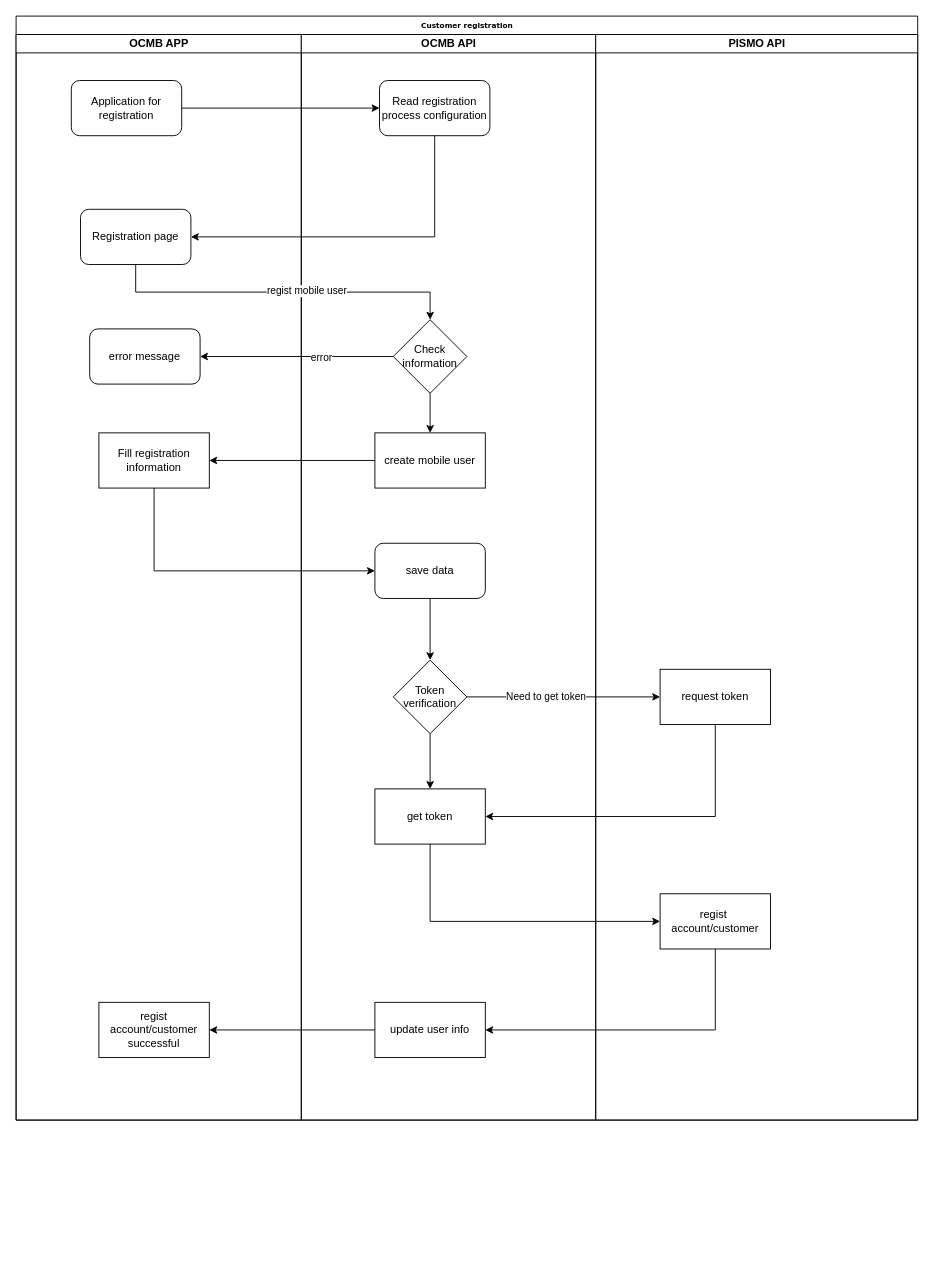
jiangwu85/cloud-config-samples keeps this draw.io diagram as user/pismo-regist.drawio. Above is the earlier version. Source tidied: cells renumbered, new cells numbered last; positions are measured from the earlier drawing's top-left corner, leaving out a move shared by most shapes. Both pictures are drawn from the tidied source at 92%, with x=0, y=0 at pixel (16, 16).
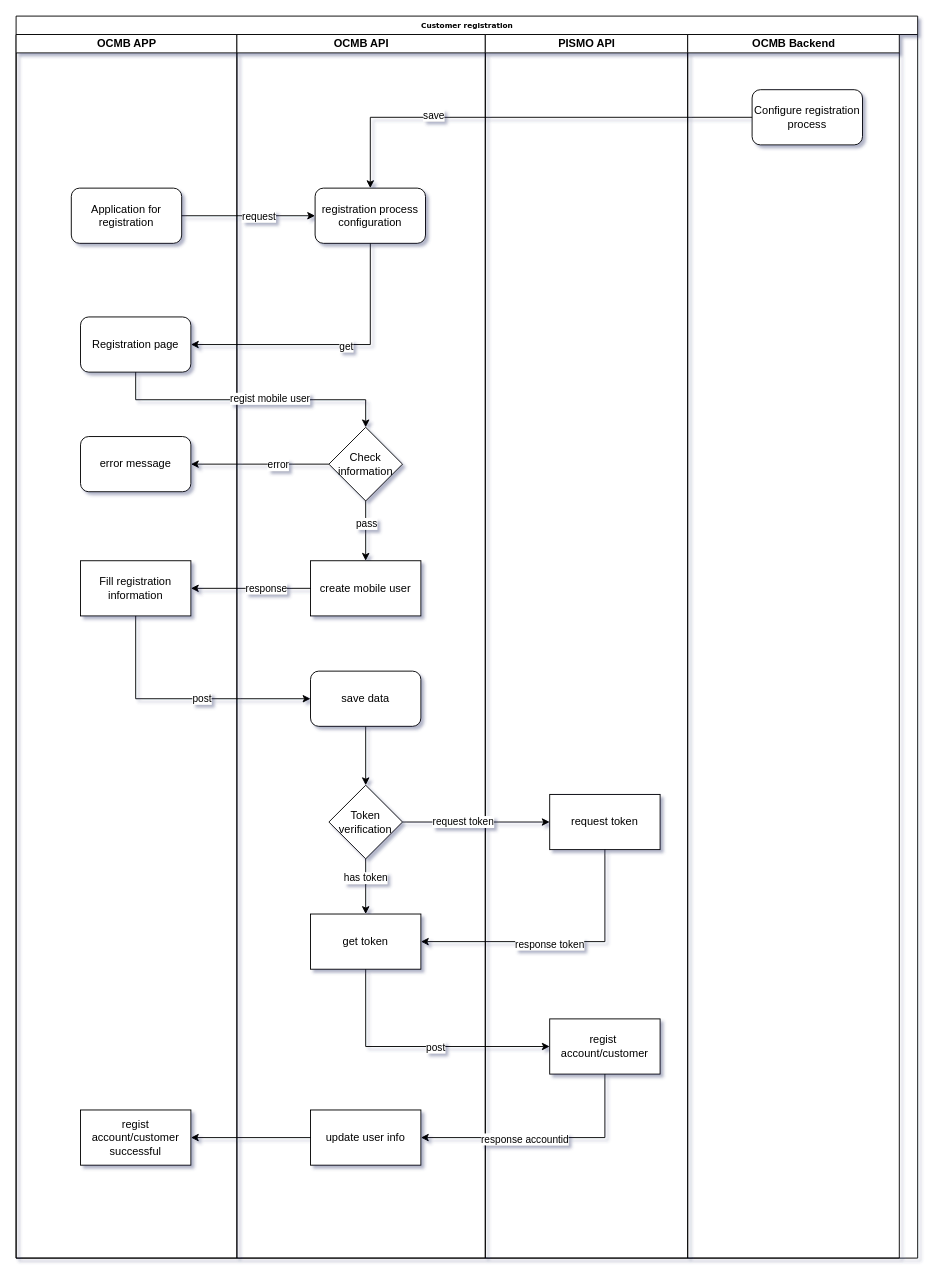
After the change.

The change refers to these unchanged cells:
```xml
<mxCell id="16" style="edgeStyle=orthogonalEdgeStyle;rounded=0;jettySize=auto;html=1;exitX=0.5;exitY=1;exitDx=0;exitDy=0;entryX=0.5;entryY=0;entryDx=0;entryDy=0;" parent="9" edge="1" source="17" target="18">
  <mxGeometry relative="1" as="geometry" />
</mxCell>
<mxCell id="23" style="edgeStyle=orthogonalEdgeStyle;rounded=0;jettySize=auto;html=1;exitX=1;exitY=0.5;exitDx=0;exitDy=0;entryX=0;entryY=0.5;entryDx=0;entryDy=0;" parent="2" edge="1" source="4" target="10">
  <mxGeometry relative="1" as="geometry" />
</mxCell>
<mxCell id="24" style="edgeStyle=orthogonalEdgeStyle;rounded=0;jettySize=auto;html=1;exitX=0.5;exitY=1;exitDx=0;exitDy=0;entryX=1;entryY=0.5;entryDx=0;entryDy=0;" parent="2" edge="1" source="10" target="5">
  <mxGeometry relative="1" as="geometry" />
</mxCell>
<mxCell id="29" style="edgeStyle=orthogonalEdgeStyle;rounded=0;jettySize=auto;html=1;" parent="2" edge="1" source="13" target="7">
  <mxGeometry relative="1" as="geometry" />
</mxCell>
<mxCell id="30" style="edgeStyle=orthogonalEdgeStyle;rounded=0;jettySize=auto;html=1;exitX=0.5;exitY=1;exitDx=0;exitDy=0;entryX=0;entryY=0.5;entryDx=0;entryDy=0;" parent="2" edge="1" source="7" target="15">
  <mxGeometry relative="1" as="geometry" />
</mxCell>
<mxCell id="31" style="edgeStyle=orthogonalEdgeStyle;rounded=0;jettySize=auto;html=1;exitX=1;exitY=0.5;exitDx=0;exitDy=0;entryX=0;entryY=0.5;entryDx=0;entryDy=0;" parent="2" edge="1" source="17" target="21">
  <mxGeometry relative="1" as="geometry" />
</mxCell>
<mxCell id="33" style="edgeStyle=orthogonalEdgeStyle;rounded=0;jettySize=auto;html=1;exitX=0.5;exitY=1;exitDx=0;exitDy=0;entryX=1;entryY=0.5;entryDx=0;entryDy=0;" parent="2" edge="1" source="21" target="18">
  <mxGeometry relative="1" as="geometry" />
</mxCell>
<mxCell id="34" style="edgeStyle=orthogonalEdgeStyle;rounded=0;jettySize=auto;html=1;exitX=0.5;exitY=1;exitDx=0;exitDy=0;entryX=0;entryY=0.5;entryDx=0;entryDy=0;" parent="2" edge="1" source="18" target="22">
  <mxGeometry relative="1" as="geometry" />
</mxCell>
<mxCell id="35" style="edgeStyle=orthogonalEdgeStyle;rounded=0;jettySize=auto;html=1;exitX=0.5;exitY=1;exitDx=0;exitDy=0;entryX=1;entryY=0.5;entryDx=0;entryDy=0;" parent="2" edge="1" source="22" target="19">
  <mxGeometry relative="1" as="geometry" />
</mxCell>
```

Change to the diagram source:
```diff
@@
-<mxGraphModel>
+<mxGraphModel shadow="1">
@@
     <mxCell id="2" value="&lt;div&gt;&lt;span style=&quot;font-size: 8px;&quot;&gt;Customer registration&lt;/span&gt;&lt;/div&gt;" style="swimlane;html=1;startSize=20;rounded=0;shadow=0;labelBackgroundColor=none;strokeWidth=1;fontFamily=Verdana;fontSize=8;align=center;" parent="1" vertex="1">
-      <mxGeometry width="980" height="1200" as="geometry" />
+      <mxGeometry width="980" height="1350" as="geometry" />
     </mxCell>
     <mxCell id="3" value="OCMB APP" style="swimlane;html=1;startSize=20;" parent="2" vertex="1">
-      <mxGeometry y="20" width="310" height="1180" as="geometry" />
+      <mxGeometry y="20" width="240" height="1330" as="geometry" />
     </mxCell>
     <mxCell id="4" value="&lt;div&gt;Application for registration&lt;/div&gt;" style="rounded=1;whiteSpace=wrap;html=1;" parent="3" vertex="1">
-      <mxGeometry x="60" y="50" width="120" height="60" as="geometry" />
+      <mxGeometry x="60" y="167" width="120" height="60" as="geometry" />
     </mxCell>
     <mxCell id="5" value="&lt;div&gt;Registration page&lt;/div&gt;" style="whiteSpace=wrap;html=1;rounded=1;" parent="3" vertex="1">
-      <mxGeometry x="70" y="190" width="120" height="60" as="geometry" />
+      <mxGeometry x="70" y="307" width="120" height="60" as="geometry" />
     </mxCell>
     <mxCell id="6" value="error message" style="rounded=1;whiteSpace=wrap;html=1;" parent="3" vertex="1">
-      <mxGeometry x="80" y="320" width="120" height="60" as="geometry" />
+      <mxGeometry x="70" y="437" width="120" height="60" as="geometry" />
     </mxCell>
     <mxCell id="7" value="&lt;div&gt;Fill&amp;nbsp;&lt;span style=&quot;background-color: initial;&quot;&gt;registration information&lt;/span&gt;&lt;/div&gt;" style="whiteSpace=wrap;html=1;" parent="3" vertex="1">
-      <mxGeometry x="90" y="433" width="120" height="60" as="geometry" />
+      <mxGeometry x="70" y="572" width="120" height="60" as="geometry" />
     </mxCell>
     <mxCell id="8" value="&lt;div&gt;regist account/customer successful&lt;/div&gt;" style="whiteSpace=wrap;html=1;rounded=0;" parent="3" vertex="1">
-      <mxGeometry x="90" y="1052" width="120" height="60" as="geometry" />
+      <mxGeometry x="70" y="1169" width="120" height="60" as="geometry" />
     </mxCell>
     <mxCell id="9" value="OCMB API" style="swimlane;html=1;startSize=20;" parent="2" vertex="1">
-      <mxGeometry x="310" y="20" width="320" height="1180" as="geometry" />
+      <mxGeometry x="240" y="20" width="270" height="1330" as="geometry" />
     </mxCell>
-    <mxCell id="10" value="&lt;div&gt;Read registration process configuration&lt;/div&gt;" style="rounded=1;whiteSpace=wrap;html=1;" parent="9" vertex="1">
-      <mxGeometry x="85" y="50" width="120" height="60" as="geometry" />
+    <mxCell id="10" value="&lt;div&gt;registration process configuration&lt;/div&gt;" style="rounded=1;whiteSpace=wrap;html=1;" parent="9" vertex="1">
+      <mxGeometry x="85" y="167" width="120" height="60" as="geometry" />
     </mxCell>
-    <mxCell id="11" style="edgeStyle=orthogonalEdgeStyle;rounded=0;jettySize=auto;html=1;" parent="9" edge="1" source="12" target="13">
+    <mxCell id="11" style="edgeStyle=orthogonalEdgeStyle;rounded=0;jettySize=auto;html=1;exitX=0.5;exitY=1;exitDx=0;exitDy=0;" parent="9" edge="1" source="12" target="13">
       <mxGeometry relative="1" as="geometry" />
     </mxCell>
+    <mxCell id="37" value="pass" style="edgeLabel;html=1;align=center;verticalAlign=middle;" parent="11" vertex="1">
+      <mxGeometry x="-0.25" relative="1" as="geometry" />
+    </mxCell>
     <mxCell id="12" value="&lt;div&gt;Check information&lt;/div&gt;" style="rhombus;whiteSpace=wrap;html=1;" parent="9" vertex="1">
-      <mxGeometry x="100" y="310" width="80" height="80" as="geometry" />
+      <mxGeometry x="100" y="427" width="80" height="80" as="geometry" />
     </mxCell>
     <mxCell id="13" value="create mobile user" style="whiteSpace=wrap;html=1;" parent="9" vertex="1">
-      <mxGeometry x="80" y="433" width="120" height="60" as="geometry" />
+      <mxGeometry x="80" y="572" width="120" height="60" as="geometry" />
     </mxCell>
@@
     <mxCell id="15" value="save data" style="rounded=1;whiteSpace=wrap;html=1;" parent="9" vertex="1">
-      <mxGeometry x="80" y="553" width="120" height="60" as="geometry" />
+      <mxGeometry x="80" y="692" width="120" height="60" as="geometry" />
     </mxCell>
@@
+    <mxCell id="38" value="has token" style="edgeLabel;html=1;align=center;verticalAlign=middle;" parent="16" vertex="1">
+      <mxGeometry x="-0.33" y="-1" relative="1" as="geometry" />
+    </mxCell>
     <mxCell id="17" value="&lt;div&gt;Token verification&lt;/div&gt;" style="rhombus;whiteSpace=wrap;html=1;" parent="9" vertex="1">
-      <mxGeometry x="100" y="680" width="80" height="80" as="geometry" />
+      <mxGeometry x="100" y="816" width="80" height="80" as="geometry" />
     </mxCell>
     <mxCell id="18" value="get token" style="rounded=0;whiteSpace=wrap;html=1;" parent="9" vertex="1">
-      <mxGeometry x="80" y="820" width="120" height="60" as="geometry" />
+      <mxGeometry x="80" y="956" width="120" height="60" as="geometry" />
     </mxCell>
     <mxCell id="19" value="update user info" style="whiteSpace=wrap;html=1;rounded=0;" parent="9" vertex="1">
-      <mxGeometry x="80" y="1052" width="120" height="60" as="geometry" />
+      <mxGeometry x="80" y="1169" width="120" height="60" as="geometry" />
     </mxCell>
+    <mxCell id="39" style="edgeStyle=orthogonalEdgeStyle;rounded=0;orthogonalLoop=1;jettySize=auto;html=1;exitX=0.5;exitY=1;exitDx=0;exitDy=0;" parent="9" edge="1">
+      <mxGeometry relative="1" as="geometry">
+        <mxPoint x="145" y="120" as="sourcePoint" />
+        <mxPoint x="145" y="120" as="targetPoint" />
+      </mxGeometry>
+    </mxCell>
     <mxCell id="20" value="PISMO API" style="swimlane;html=1;startSize=20;" parent="2" vertex="1">
-      <mxGeometry x="630" y="20" width="350" height="1180" as="geometry" />
+      <mxGeometry x="510" y="20" width="220" height="1330" as="geometry" />
     </mxCell>
     <mxCell id="21" value="request token" style="rounded=0;whiteSpace=wrap;html=1;" parent="20" vertex="1">
-      <mxGeometry x="70" y="690" width="120" height="60" as="geometry" />
+      <mxGeometry x="70" y="826" width="120" height="60" as="geometry" />
     </mxCell>
     <mxCell id="22" value="regist&amp;nbsp; account/customer" style="whiteSpace=wrap;html=1;rounded=0;" parent="20" vertex="1">
-      <mxGeometry x="70" y="934" width="120" height="60" as="geometry" />
+      <mxGeometry x="70" y="1070" width="120" height="60" as="geometry" />
     </mxCell>
@@
+    <mxCell id="40" value="request" style="edgeLabel;html=1;align=center;verticalAlign=middle;" parent="23" vertex="1">
+      <mxGeometry x="0.14" relative="1" as="geometry" />
+    </mxCell>
@@
+    <mxCell id="41" value="get" style="edgeLabel;html=1;align=center;verticalAlign=middle;" parent="24" vertex="1">
+      <mxGeometry x="-0.1" y="1" relative="1" as="geometry" />
+    </mxCell>
@@
+    <mxCell id="42" value="response" style="edgeLabel;html=1;align=center;verticalAlign=middle;" parent="29" vertex="1">
+      <mxGeometry x="-0.25" y="-1" relative="1" as="geometry" />
+    </mxCell>
@@
+    <mxCell id="43" value="post" style="edgeLabel;html=1;align=center;verticalAlign=middle;" parent="30" vertex="1">
+      <mxGeometry x="0.15" y="1" relative="1" as="geometry" />
+    </mxCell>
@@
-    <mxCell id="32" value="&lt;div&gt;&lt;span style=&quot;font-size: 11px;&quot;&gt;Need to get token&lt;/span&gt;&lt;/div&gt;" style="edgeLabel;html=1;align=center;verticalAlign=middle;" parent="31" vertex="1">
+    <mxCell id="32" value="&lt;div&gt;&lt;span style=&quot;font-size: 11px;&quot;&gt;request token&lt;/span&gt;&lt;/div&gt;" style="edgeLabel;html=1;align=center;verticalAlign=middle;" parent="31" vertex="1">
       <mxGeometry x="-0.19" y="1" relative="1" as="geometry" />
     </mxCell>
@@
+    <mxCell id="44" value="response token" style="edgeLabel;html=1;align=center;verticalAlign=middle;" parent="33" vertex="1">
+      <mxGeometry x="0.07" y="2" relative="1" as="geometry" />
+    </mxCell>
@@
+    <mxCell id="45" value="post" style="edgeLabel;html=1;align=center;verticalAlign=middle;" parent="34" vertex="1">
+      <mxGeometry x="0.12" relative="1" as="geometry" />
+    </mxCell>
@@
+    <mxCell id="46" value="response accountid" style="edgeLabel;html=1;align=center;verticalAlign=middle;" parent="35" vertex="1">
+      <mxGeometry x="0.17" y="1" relative="1" as="geometry" />
+    </mxCell>
@@
+    <mxCell id="47" value="OCMB Backend" style="swimlane;html=1;startSize=20;" parent="2" vertex="1">
+      <mxGeometry x="730" y="20" width="230" height="1330" as="geometry" />
+    </mxCell>
+    <mxCell id="48" value="&lt;div&gt;Configure registration process&lt;/div&gt;" style="rounded=1;whiteSpace=wrap;html=1;" parent="47" vertex="1">
+      <mxGeometry x="70" y="60" width="120" height="60" as="geometry" />
+    </mxCell>
+    <mxCell id="49" style="edgeStyle=orthogonalEdgeStyle;rounded=0;jettySize=auto;html=1;exitX=0;exitY=0.5;exitDx=0;exitDy=0;entryX=0.5;entryY=0;entryDx=0;entryDy=0;" parent="2" edge="1" source="48" target="10">
+      <mxGeometry relative="1" as="geometry" />
+    </mxCell>
+    <mxCell id="50" value="save&lt;br&gt;" style="edgeLabel;html=1;align=center;verticalAlign=middle;" parent="49" vertex="1">
+      <mxGeometry x="0.41" y="-3" relative="1" as="geometry" />
+    </mxCell>
```
